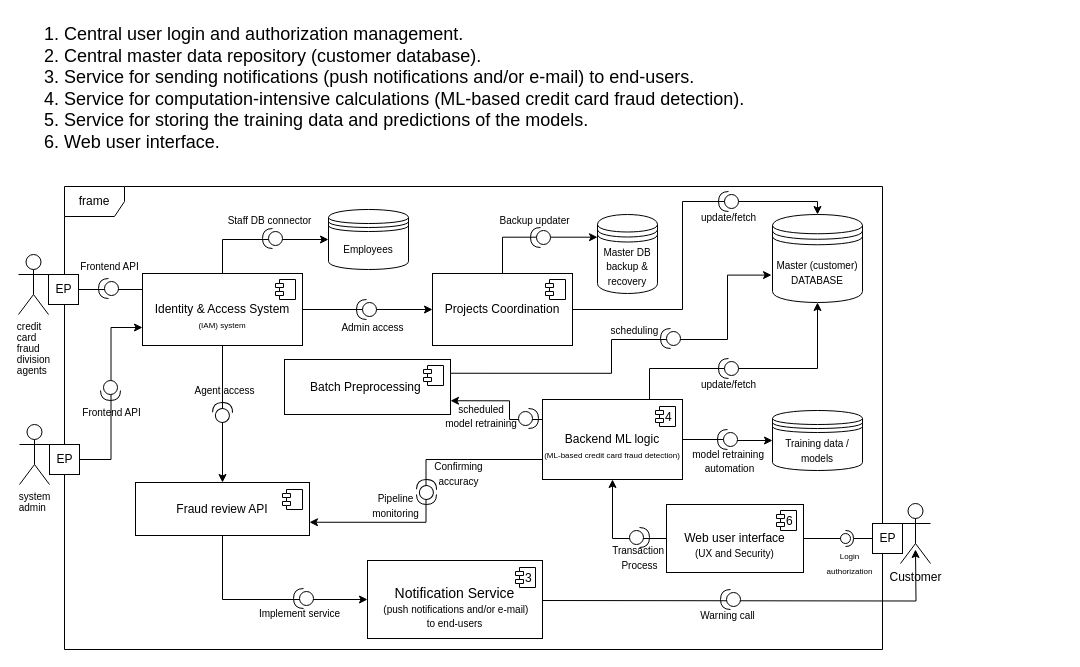
This is gifs/Untitled Diagram.drawio from midani-47/midani-47, a draw.io file, before an edit. Source tidied: cells renumbered, new cells numbered last; positions are measured from the earlier drawing's top-left corner, leaving out a move shared by most shapes. Both pictures are drawn from the tidied source at 100%, with x=0, y=0 at pixel (18, 17).
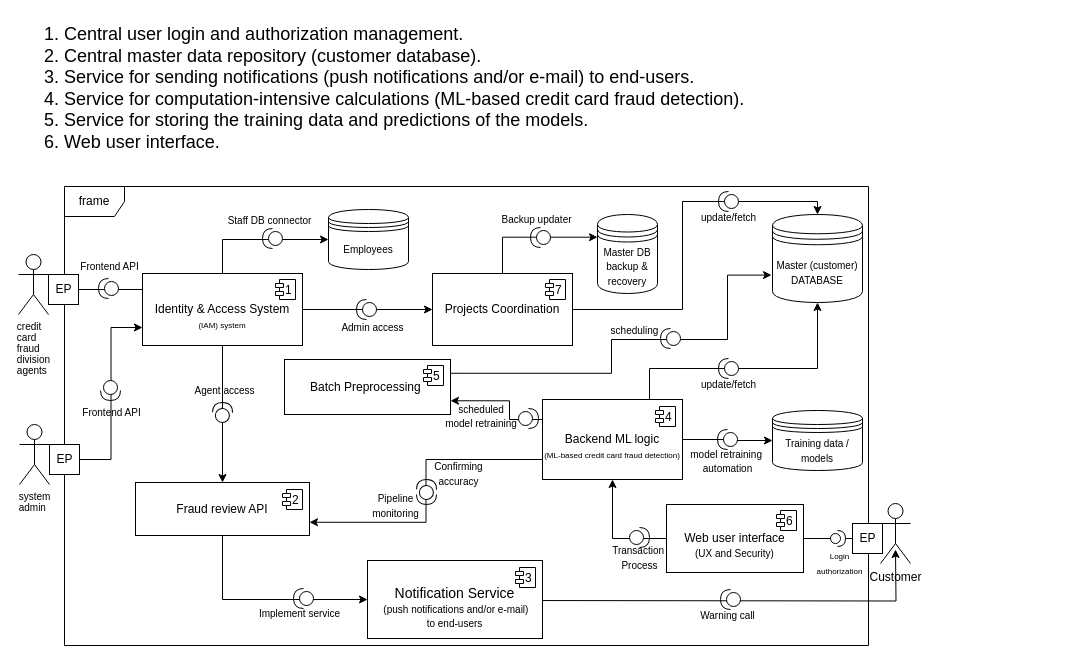
The same diagram, later.

The change refers to these unchanged cells:
```xml
<mxCell id="12" value="&lt;div&gt;&lt;font style=&quot;font-size: 12px;&quot;&gt;&lt;br&gt;&lt;/font&gt;&lt;/div&gt;&lt;font style=&quot;font-size: 12px;&quot;&gt;Identity &amp;amp; Access System&lt;br&gt;&lt;/font&gt;&lt;span style=&quot;font-size: 8px; background-color: transparent; color: light-dark(rgb(0, 0, 0), rgb(255, 255, 255));&quot;&gt;(IAM) system&lt;/span&gt;" style="html=1;whiteSpace=wrap;" parent="1" vertex="1">
  <mxGeometry x="124" y="256" width="160" height="72" as="geometry" />
</mxCell>
<mxCell id="15" value="Fraud review API" style="html=1;whiteSpace=wrap;" parent="1" vertex="1">
  <mxGeometry x="117" y="465" width="174" height="53" as="geometry" />
</mxCell>
<mxCell id="43" value="&lt;div&gt;&lt;font style=&quot;font-size: 12px;&quot;&gt;&lt;br&gt;&lt;/font&gt;&lt;/div&gt;&lt;div&gt;&lt;div&gt;Projects Coordination&lt;/div&gt;&lt;div&gt;&lt;br&gt;&lt;/div&gt;&lt;/div&gt;" style="html=1;whiteSpace=wrap;" parent="1" vertex="1">
  <mxGeometry x="414" y="256" width="140" height="72" as="geometry" />
</mxCell>
<mxCell id="49" value="Batch Preprocessing&amp;nbsp;" style="html=1;whiteSpace=wrap;" parent="1" vertex="1">
  <mxGeometry x="266" y="342" width="166" height="55" as="geometry" />
</mxCell>
```

The edit, as a diff of the source:
```diff
@@
     <mxCell id="4" value="frame" style="shape=umlFrame;whiteSpace=wrap;html=1;" parent="1" vertex="1">
-      <mxGeometry x="46" y="169" width="818" height="463" as="geometry" />
+      <mxGeometry x="46" y="169" width="804" height="459" as="geometry" />
     </mxCell>
@@
-    <mxCell id="13" style="shape=module;jettyWidth=8;jettyHeight=4;" parent="12" vertex="1">
+    <mxCell id="13" value="  1" style="shape=module;jettyWidth=8;jettyHeight=4;" parent="12" vertex="1">
       <mxGeometry x="1" width="20" height="20" relative="1" as="geometry">
         <mxPoint x="-27" y="6" as="offset" />
       </mxGeometry>
     </mxCell>
@@
-    <mxCell id="16" style="shape=module;jettyWidth=8;jettyHeight=4;" parent="15" vertex="1">
+    <mxCell id="16" value="  2" style="shape=module;jettyWidth=8;jettyHeight=4;" parent="15" vertex="1">
       <mxGeometry x="1" width="20" height="20" relative="1" as="geometry">
         <mxPoint x="-27" y="7" as="offset" />
       </mxGeometry>
     </mxCell>
@@
     <mxCell id="28" value="Customer" style="shape=umlActor;verticalLabelPosition=bottom;verticalAlign=top;html=1;" parent="1" vertex="1">
-      <mxGeometry x="882" y="486" width="30" height="60" as="geometry" />
+      <mxGeometry x="862" y="486" width="30" height="60" as="geometry" />
     </mxCell>
     <mxCell id="29" value="EP" style="html=1;rounded=0;" parent="1" vertex="1">
-      <mxGeometry x="854" y="506" width="30" height="30" as="geometry" />
+      <mxGeometry x="834" y="506" width="30" height="30" as="geometry" />
     </mxCell>
@@
     <mxCell id="40" value="&lt;font style=&quot;font-size: 10px;&quot;&gt;Backup updater&lt;/font&gt;" style="text;html=1;align=center;verticalAlign=middle;strokeColor=none;fillColor=none;" parent="1" vertex="1">
-      <mxGeometry x="472" y="190" width="88" height="26" as="geometry" />
+      <mxGeometry x="474" y="189" width="88" height="26" as="geometry" />
     </mxCell>
@@
-    <mxCell id="44" style="shape=module;jettyWidth=8;jettyHeight=4;" parent="43" vertex="1">
+    <mxCell id="44" value="  7" style="shape=module;jettyWidth=8;jettyHeight=4;" parent="43" vertex="1">
       <mxGeometry x="1" width="20" height="20" relative="1" as="geometry">
         <mxPoint x="-27" y="6" as="offset" />
       </mxGeometry>
     </mxCell>
@@
-    <mxCell id="50" style="shape=module;jettyWidth=8;jettyHeight=4;" parent="49" vertex="1">
+    <mxCell id="50" value="  5" style="shape=module;jettyWidth=8;jettyHeight=4;" parent="49" vertex="1">
       <mxGeometry x="1" width="20" height="20" relative="1" as="geometry">
         <mxPoint x="-27" y="6" as="offset" />
       </mxGeometry>
     </mxCell>
@@
     <mxCell id="57" style="edgeStyle=orthogonalEdgeStyle;rounded=0;orthogonalLoop=1;jettySize=auto;html=1;exitX=1;exitY=0.5;exitDx=0;exitDy=0;" parent="1" edge="1">
       <mxGeometry relative="1" as="geometry">
-        <mxPoint x="514" y="583" as="sourcePoint" />
-        <mxPoint x="897" y="532" as="targetPoint" />
+        <mxPoint x="494" y="583" as="sourcePoint" />
+        <mxPoint x="877" y="532" as="targetPoint" />
       </mxGeometry>
     </mxCell>
@@
     <mxCell id="60" value="&lt;font style=&quot;font-size: 10px;&quot;&gt;model retraining&amp;nbsp;&lt;/font&gt;&lt;div&gt;&lt;font style=&quot;font-size: 10px;&quot;&gt;automation&lt;/font&gt;&lt;/div&gt;" style="text;whiteSpace=wrap;html=1;align=center;" parent="1" vertex="1">
-      <mxGeometry x="659" y="423.3" width="105.2" height="21.4" as="geometry" />
+      <mxGeometry x="657" y="423.3" width="105.2" height="21.4" as="geometry" />
     </mxCell>
@@
-    <mxCell id="64" style="rounded=0;jettySize=auto;html=1;endArrow=halfCircle;endFill=0;endSize=6;strokeWidth=1;sketch=0;" parent="1" edge="1" source="29" target="66">
-      <mxGeometry relative="1" as="geometry" />
+    <mxCell id="64" style="rounded=0;jettySize=auto;html=1;endArrow=halfCircle;endFill=0;endSize=6;strokeWidth=1;sketch=0;exitX=0;exitY=0.5;exitDx=0;exitDy=0;" parent="1" edge="1" source="29">
+      <mxGeometry relative="1" as="geometry">
+        <mxPoint x="819" y="521" as="targetPoint" />
+      </mxGeometry>
     </mxCell>
@@
     <mxCell id="66" style="ellipse;whiteSpace=wrap;html=1;align=center;fillColor=none;strokeColor=none;perimeter=centerPerimeter;points=[];outlineConnect=1;" parent="1" vertex="1">
-      <mxGeometry x="822" y="516" width="10" height="10" as="geometry" />
+      <mxGeometry x="812" y="516" width="10" height="10" as="geometry" />
     </mxCell>
@@
     <mxCell id="69" value="&lt;span style=&quot;font-size: 8px; text-wrap-mode: wrap;&quot;&gt;Login &lt;br&gt;authorization&lt;/span&gt;" style="text;html=1;align=center;verticalAlign=middle;strokeColor=none;fillColor=none;" parent="1" vertex="1">
-      <mxGeometry x="799" y="524" width="64" height="41" as="geometry" />
+      <mxGeometry x="789" y="524" width="64" height="41" as="geometry" />
     </mxCell>
```
